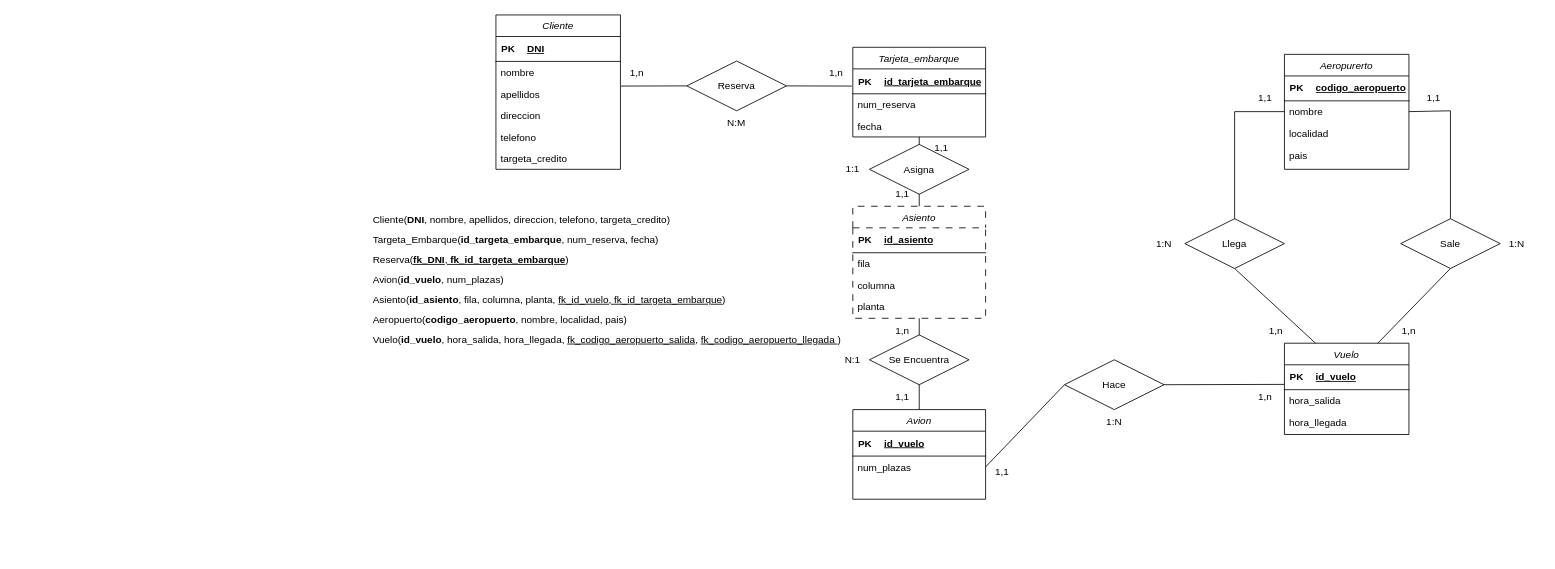
Earlier version of the draw.io diagram Ejercicio08.drawio (Daninuro/diagrames-cvf-dn-mpl-n-11102023). Source tidied: cells renumbered, new cells numbered last; positions are measured from the earlier drawing's top-left corner, leaving out a move shared by most shapes. Both pictures are drawn from the tidied source at 83%, with x=0, y=0 at pixel (371, 14).
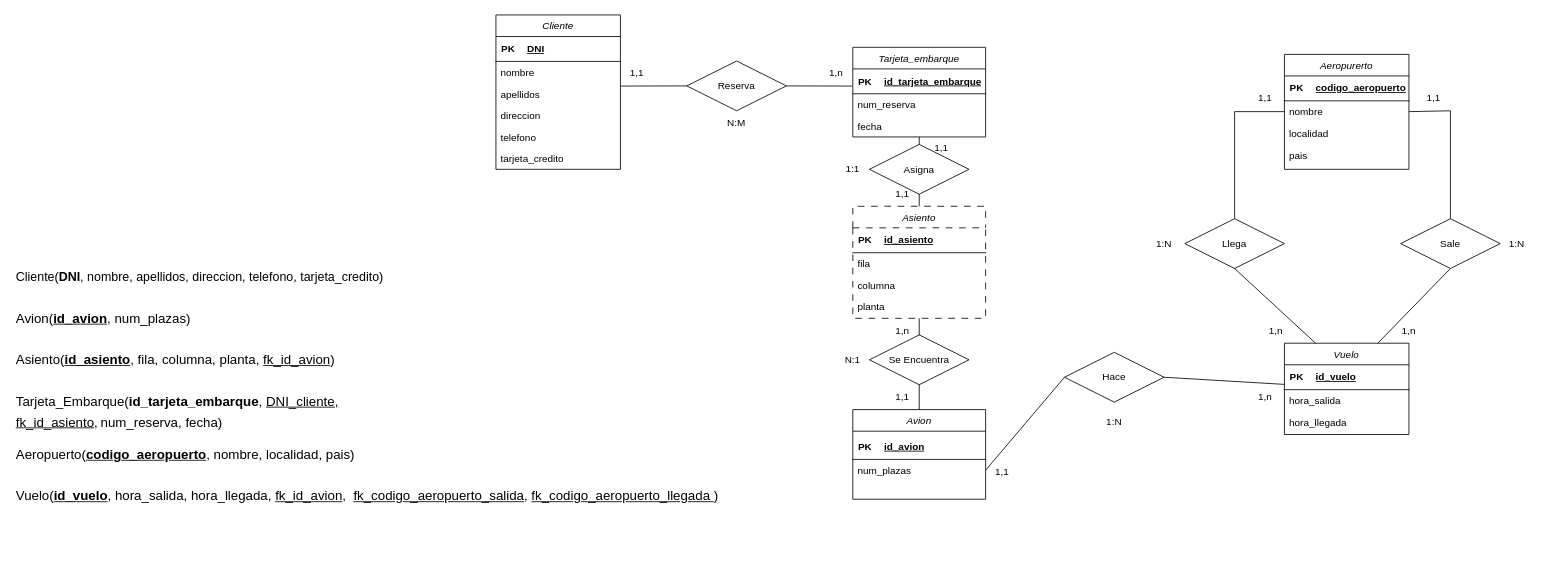
The same page after the edit.

The change refers to these unchanged cells:
```xml
<mxCell id="9" value="Cliente" style="swimlane;fontStyle=2;align=center;verticalAlign=top;horizontal=1;startSize=26;rounded=0;shadow=0;strokeWidth=1;" parent="1" vertex="1">
  <mxGeometry x="150" y="0.5" width="150" height="186" as="geometry" />
</mxCell>
<mxCell id="42" value="Avion" style="swimlane;fontStyle=2;align=center;verticalAlign=top;horizontal=1;startSize=26;rounded=0;shadow=0;strokeWidth=1;" parent="1" vertex="1">
  <mxGeometry x="580" y="476" width="160" height="108" as="geometry" />
</mxCell>
```

The edit, as a diff of the source:
```diff
@@
-    <mxCell id="18" value="targeta_credito" style="text;align=left;verticalAlign=top;spacingLeft=4;spacingRight=4;overflow=hidden;rounded=0;shadow=0;html=0;" parent="9" vertex="1">
+    <mxCell id="18" value="tarjeta_credito" style="text;align=left;verticalAlign=top;spacingLeft=4;spacingRight=4;overflow=hidden;rounded=0;shadow=0;html=0;" parent="9" vertex="1">
       <mxGeometry y="160" width="150" height="26" as="geometry" />
     </mxCell>
@@
-    <mxCell id="43" style="shape=table;startSize=0;childLayout=tableLayout;rowLines=0;fontStyle=0;align=center;strokeColor=none;fillColor=none;" parent="42" vertex="1">
-      <mxGeometry y="26" width="160" height="30" as="geometry" />
+    <mxCell id="43" style="shape=table;startSize=4;childLayout=tableLayout;rowLines=0;fontStyle=0;align=center;strokeColor=none;fillColor=none;" parent="42" vertex="1">
+      <mxGeometry y="26" width="160" height="34" as="geometry" />
     </mxCell>
     <mxCell id="44" style="shape=tableRow;horizontal=0;startSize=0;swimlaneHead=0;swimlaneBody=0;fillColor=none;top=0;left=0;right=0;bottom=1;" parent="43" vertex="1">
-      <mxGeometry width="160" height="30" as="geometry" />
+      <mxGeometry y="4" width="160" height="30" as="geometry" />
     </mxCell>
@@
-    <mxCell id="46" value="id_vuelo" style="shape=partialRectangle;fillColor=none;top=0;left=0;bottom=0;right=0;align=left;spacingLeft=6;fontStyle=5;overflow=hidden;whiteSpace=wrap;html=1;" parent="44" vertex="1">
+    <mxCell id="46" value="id_avion" style="shape=partialRectangle;fillColor=none;top=0;left=0;bottom=0;right=0;align=left;spacingLeft=6;fontStyle=5;overflow=hidden;whiteSpace=wrap;html=1;" parent="44" vertex="1">
       <mxGeometry x="30" width="130" height="30" as="geometry" />
     </mxCell>
     <mxCell id="47" value="num_plazas" style="text;align=left;verticalAlign=top;spacingLeft=4;spacingRight=4;overflow=hidden;points=[[0,0.5],[1,0.5]];portConstraint=eastwest;rounded=0;shadow=0;html=0;" parent="42" vertex="1">
-      <mxGeometry y="56" width="160" height="26" as="geometry" />
+      <mxGeometry y="60" width="160" height="26" as="geometry" />
     </mxCell>
@@
     <mxCell id="50" value="Hace" style="shape=rhombus;perimeter=rhombusPerimeter;whiteSpace=wrap;html=1;align=center;" parent="1" vertex="1">
-      <mxGeometry x="835" y="416" width="120" height="60" as="geometry" />
+      <mxGeometry x="835" y="407" width="120" height="60" as="geometry" />
     </mxCell>
@@
-    <mxCell id="67" value="1,n" style="text;html=1;strokeColor=none;fillColor=none;align=center;verticalAlign=middle;whiteSpace=wrap;rounded=0;" parent="1" vertex="1">
+    <mxCell id="67" value="1,1" style="text;html=1;strokeColor=none;fillColor=none;align=center;verticalAlign=middle;whiteSpace=wrap;rounded=0;" parent="1" vertex="1">
       <mxGeometry x="290" y="56" width="60" height="30" as="geometry" />
     </mxCell>
@@
-    <mxCell id="76" value="&lt;div style=&quot;line-height: 200%;&quot;&gt;Cliente(&lt;b&gt;DNI&lt;/b&gt;, nombre, apellidos, direccion, telefono, targeta_credito)&lt;/div&gt;&lt;div style=&quot;line-height: 200%;&quot;&gt;Targeta_Embarque(&lt;b&gt;id_targeta_embarque&lt;/b&gt;, num_reserva, fecha)&lt;/div&gt;&lt;div style=&quot;line-height: 200%;&quot;&gt;Reserva(&lt;u&gt;&lt;b&gt;fk_DNI&lt;/b&gt;, &lt;/u&gt;&lt;b style=&quot;&quot;&gt;&lt;u&gt;fk_id_targeta_embarque&lt;/u&gt;&lt;/b&gt;)&lt;/div&gt;&lt;div style=&quot;line-height: 200%;&quot;&gt;Avion(&lt;b&gt;id_vuelo&lt;/b&gt;, num_plazas)&lt;/div&gt;&lt;div style=&quot;line-height: 200%;&quot;&gt;Asiento(&lt;b&gt;id_asiento&lt;/b&gt;, fila, columna, planta, &lt;u&gt;fk_id_vuelo, fk_id_targeta_embarque&lt;/u&gt;)&lt;/div&gt;&lt;div style=&quot;line-height: 200%;&quot;&gt;Aeropuerto(&lt;b style=&quot;border-color: var(--border-color);&quot;&gt;codigo_aeropuerto&lt;/b&gt;, nombre, localidad, pais)&lt;br&gt;&lt;/div&gt;&lt;div style=&quot;line-height: 200%;&quot;&gt;Vuelo(&lt;b&gt;id_vuelo&lt;/b&gt;, hora_salida, hora_llegada, &lt;u&gt;fk_codigo_aeropuerto_salida&lt;/u&gt;, &lt;u&gt;fk_codigo_aeropuerto_llegada &lt;/u&gt;)&lt;/div&gt;" style="text;html=1;strokeColor=none;fillColor=none;align=left;verticalAlign=middle;whiteSpace=wrap;rounded=0;" parent="1" vertex="1">
-      <mxGeometry y="231" width="620" height="175" as="geometry" />
+    <mxCell id="76" value="&lt;div style=&quot;line-height: 200%;&quot;&gt;&lt;font style=&quot;font-size: 15px;&quot;&gt;Cliente(&lt;b style=&quot;&quot;&gt;DNI&lt;/b&gt;, nombre, apellidos, direccion, telefono, tarjeta_credito)&lt;/font&gt;&lt;/div&gt;&lt;div style=&quot;line-height: 200%;&quot;&gt;&lt;font style=&quot;font-size: 15px;&quot;&gt;&lt;br&gt;&lt;/font&gt;&lt;/div&gt;&lt;div style=&quot;line-height: 200%;&quot;&gt;&lt;font size=&quot;3&quot;&gt;Avion(&lt;b&gt;&lt;u&gt;id_avion&lt;/u&gt;&lt;/b&gt;, num_plazas)&lt;/font&gt;&lt;/div&gt;&lt;div style=&quot;line-height: 200%;&quot;&gt;&lt;font size=&quot;3&quot;&gt;&lt;br&gt;&lt;/font&gt;&lt;/div&gt;&lt;div style=&quot;line-height: 200%;&quot;&gt;&lt;font size=&quot;3&quot;&gt;Asiento(&lt;b&gt;&lt;u&gt;id_asiento&lt;/u&gt;&lt;/b&gt;, fila, columna, planta, &lt;u&gt;fk_id_avion&lt;/u&gt;)&lt;/font&gt;&lt;/div&gt;&lt;div style=&quot;line-height: 200%;&quot;&gt;&lt;font size=&quot;3&quot;&gt;&lt;br&gt;&lt;/font&gt;&lt;/div&gt;&lt;div style=&quot;line-height: 200%;&quot;&gt;&lt;div style=&quot;border-color: var(--border-color); line-height: 24px;&quot;&gt;&lt;font style=&quot;border-color: var(--border-color);&quot; size=&quot;3&quot;&gt;Tarjeta_Embarque(&lt;b style=&quot;border-color: var(--border-color);&quot;&gt;id_tarjeta_embarque&lt;/b&gt;,&amp;nbsp;&lt;u style=&quot;border-color: var(--border-color);&quot;&gt;DNI_cliente,&lt;/u&gt;&amp;nbsp;&lt;/font&gt;&lt;/div&gt;&lt;u style=&quot;border-color: var(--border-color); font-size: medium;&quot;&gt;fk_id_asiento,&lt;/u&gt;&amp;nbsp;&lt;span style=&quot;border-color: var(--border-color); font-size: medium;&quot;&gt;&lt;span style=&quot;border-color: var(--border-color); background-color: initial;&quot;&gt;num_reserva, fecha&lt;/span&gt;&lt;span style=&quot;border-color: var(--border-color); text-decoration-line: underline; background-color: initial;&quot;&gt;)&lt;br style=&quot;border-color: var(--border-color);&quot;&gt;&lt;/span&gt;&lt;/span&gt;&lt;/div&gt;&lt;div&gt;&lt;br&gt;&lt;/div&gt;&lt;div style=&quot;line-height: 200%;&quot;&gt;&lt;font size=&quot;3&quot;&gt;Aeropuerto(&lt;b style=&quot;border-color: var(--border-color);&quot;&gt;&lt;u&gt;codigo_aeropuerto&lt;/u&gt;&lt;/b&gt;, nombre, localidad, pais)&lt;br&gt;&lt;/font&gt;&lt;/div&gt;&lt;div style=&quot;line-height: 200%;&quot;&gt;&lt;font size=&quot;3&quot;&gt;&lt;br&gt;&lt;/font&gt;&lt;/div&gt;&lt;div style=&quot;line-height: 200%;&quot;&gt;&lt;font size=&quot;3&quot;&gt;Vuelo(&lt;b&gt;&lt;u&gt;id_vuelo&lt;/u&gt;&lt;/b&gt;, hora_salida, hora_llegada, &lt;u&gt;fk_id_avion&lt;/u&gt;,&amp;nbsp; &lt;u&gt;fk_codigo_aeropuerto_salida&lt;/u&gt;, &lt;u&gt;fk_codigo_aeropuerto_llegada &lt;/u&gt;)&lt;/font&gt;&lt;/div&gt;" style="text;html=1;strokeColor=none;fillColor=none;align=left;verticalAlign=middle;whiteSpace=wrap;rounded=0;" parent="1" vertex="1">
+      <mxGeometry x="-430" y="246" width="860" height="405" as="geometry" />
     </mxCell>
```
